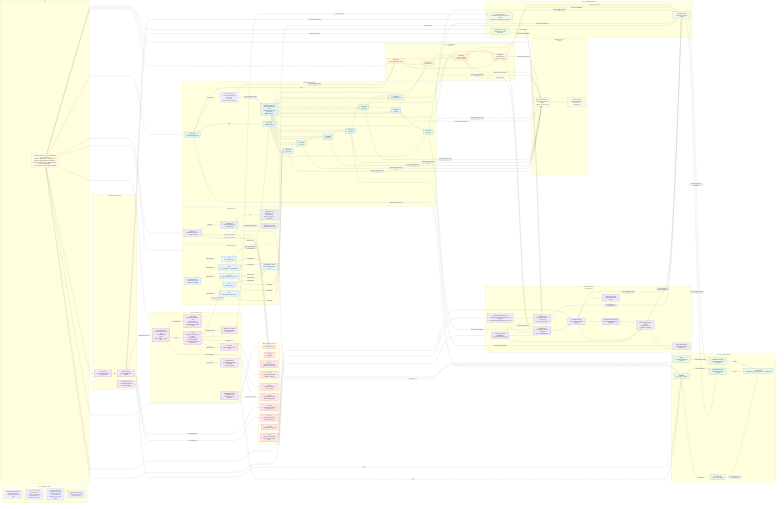
This is docs/design/platform/dev_full/graph/readiness/dev_full_platform_resources_production_ready_current_v0.mermaid.png from EsosaOrumwese/fraud-detection-system, a Mermaid export, as it was before one commit. Its source is kept beside it as docs/design/platform/dev_full/graph/readiness/dev_full_platform_resources_production_ready_current_v0.mermaid.mmd.
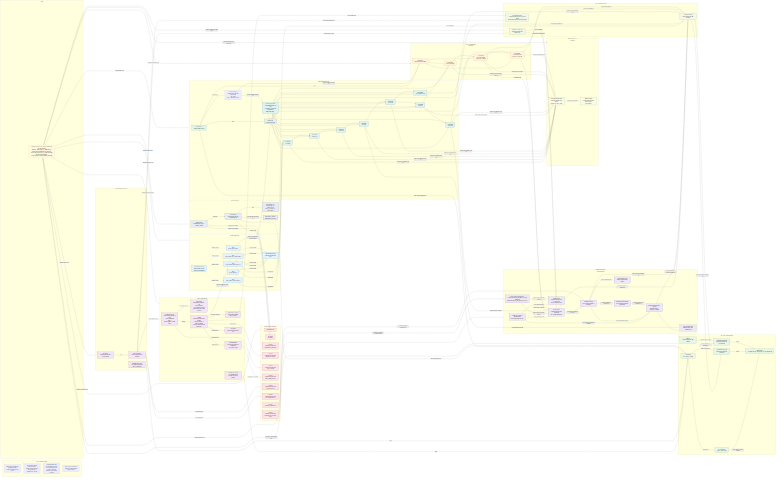
The same diagram one commit later.

The edit, as a diff of the source:
```diff
@@ -116,17 +116,17 @@
     RUNBOOK["Runbook doc<br>docs/runbooks/dev_full_phase7_ops_gov_runbook.md"]
   end
 
-  N1 --> CONTROL
-  N1 --> EDGE
-  N1 --> WSP
-  N1 --> TRANSPORT
-  N1 --> RTDL
-  N1 --> CASELABEL
-  N1 --> DATASTATE
-  N1 --> LEARNING
-  N1 --> STATE
-  N1 --> IDENTITY
-  N1 --> OBS
+  N1 -->|includes control seats| CONTROL
+  N1 -->|includes ingress edge seats| EDGE
+  N1 -->|includes replay seats| WSP
+  N1 -->|includes transport seats| TRANSPORT
+  N1 -->|includes RTDL seats| RTDL
+  N1 -->|includes case/label seats| CASELABEL
+  N1 -->|includes runtime data-state seats| DATASTATE
+  N1 -->|includes learning seats| LEARNING
+  N1 -->|includes evidence / handle seats| STATE
+  N1 -->|depends on identity seats| IDENTITY
+  N1 -->|includes ops/governance seats| OBS
 
   GHA -->|authenticates through| OIDC
   GHA -->|dispatches| SFN
@@ -205,7 +205,7 @@
   AL --> CASETRIG
   CASETRIG --> CASEMGMT
   CASEMGMT --> LABELSTORE
-  AURORA --> AURORAWRITER
+  AURORA -->|exposes writer through| AURORAWRITER
   CSFB -->|reads/writes runtime state in| AURORA
   IEG -->|reads/writes runtime state in| AURORA
   OFP -->|reads/writes runtime state in| AURORA
@@ -217,23 +217,23 @@
   CASEMGMT -->|reads/writes case state in| AURORA
   LABELSTORE -->|reads/writes label state in| AURORA
 
-  DBWS --> DBBUILD
-  DBWS --> DBQUALITY
-  DBWS --> MLFLOW
-  ROLEDBX --> DBCRED
-  DBCRED --> DBBUILD
-  DBCRED --> DBQUALITY
+  DBWS -->|hosts dataset-basis job| DBBUILD
+  DBWS -->|hosts quality-gate job| DBQUALITY
+  DBWS -->|hosts lineage / promotion backend| MLFLOW
+  ROLEDBX -->|authorizes external location through| DBCRED
+  DBCRED -->|grants object-store read path to| DBBUILD
+  DBCRED -->|grants object-store read path to| DBQUALITY
   OBJ -->|authoritative bounded basis| DBBUILD
   OBJ -->|quality readback| DBQUALITY
   DLA -->|runtime decision evidence| DBBUILD
   CASEMGMT -->|case-linked truth| DBBUILD
   LABELSTORE -->|authoritative supervision| DBBUILD
-  DBBUILD --> SMTRAIN
-  ROLESM --> SMTRAIN
-  SMTRAIN --> SMBATCH
-  SMTRAIN --> SMPKG
-  SMTRAIN --> MLFLOW
-  SMBATCH --> MLFLOW
+  DBBUILD -->|materializes admitted basis for| SMTRAIN
+  ROLESM -->|executes managed train/eval for| SMTRAIN
+  SMTRAIN -->|produces inference artifact for| SMBATCH
+  SMTRAIN -->|registers candidate into| SMPKG
+  SMTRAIN -->|logs train/eval lineage into| MLFLOW
+  SMBATCH -->|logs batch evaluation lineage into| MLFLOW
   MLFLOW --> REGISTRY
   REGISTRY -->|active bundle resolved by| DF
 
@@ -248,7 +248,7 @@
   CWLAMBDA -->|feeds| CW
   CWWSP -->|feeds| CW
   EKS -->|feeds runtime telemetry to| CW
-  SFN -->|feeds metrics to| CW
+  SFN -->|feeds control metrics to| CW
   CW -->|materializes| ALARMS
   ALARMS -->|drive operator action through| RUNBOOK
   EVID -->|feeds operational evidence to| DASHOPS
```
